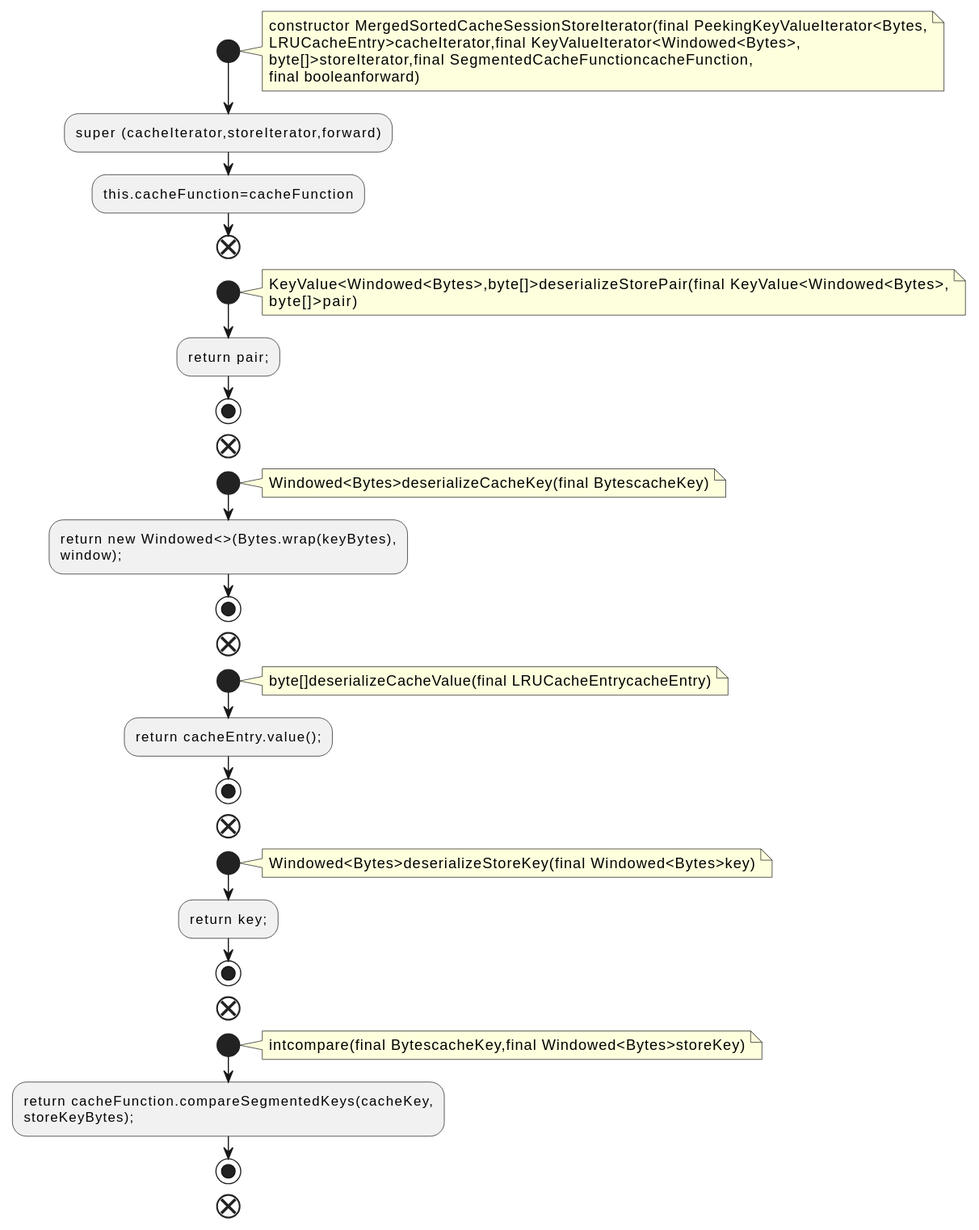
The PlantUML diagram docs/qc/streams/src/main/java/org/apache/kafka/streams/state/internals/MergedSortedCacheSessionStoreIterator.java.fct.svg in qualitesys/kafka, before a commit.
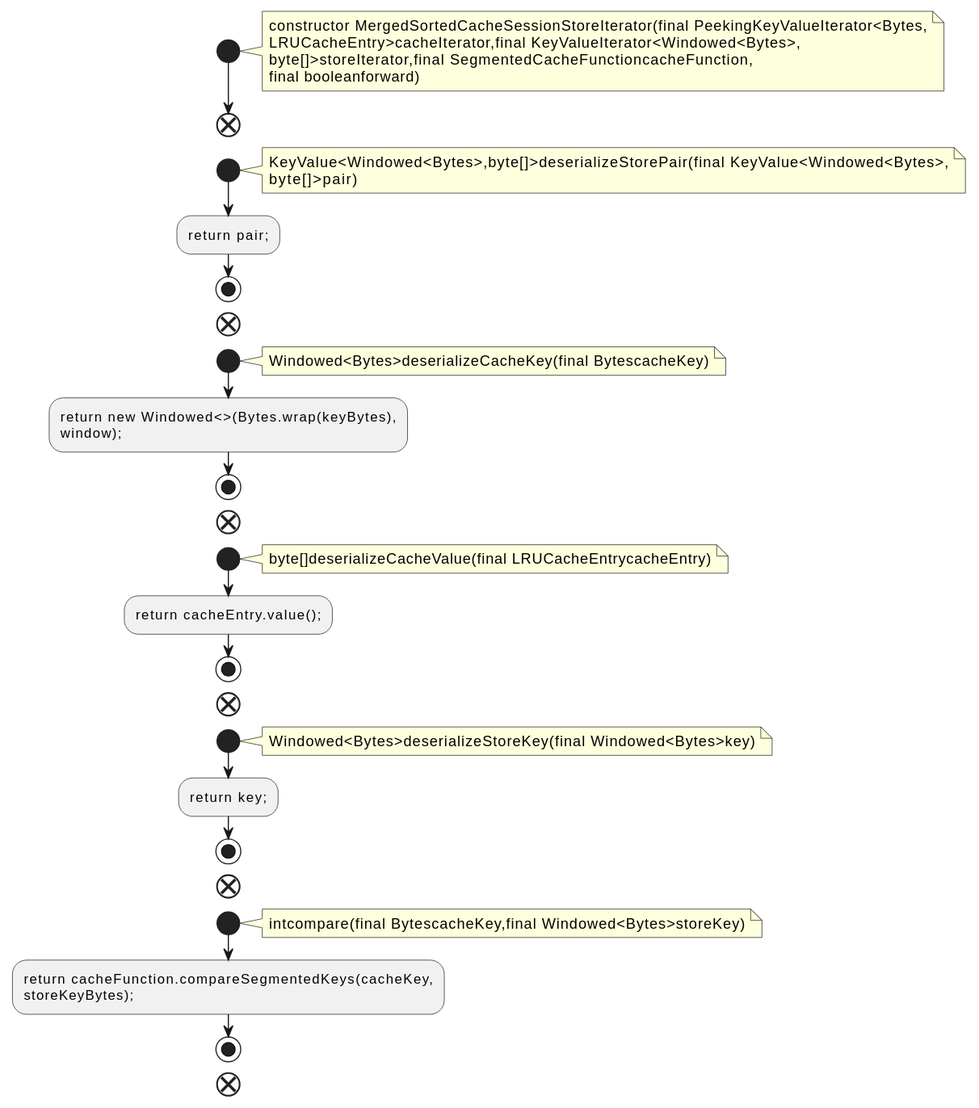
After the change.

What changed in the source:
```diff
@@ -7,8 +7,6 @@
 byte[]>storeIterator,final SegmentedCacheFunctioncacheFunction,
 final booleanforward)
 end note
-:super (cacheIterator,storeIterator,forward);
-:this.cacheFunction=cacheFunction;
 end
 start
 note right
```
